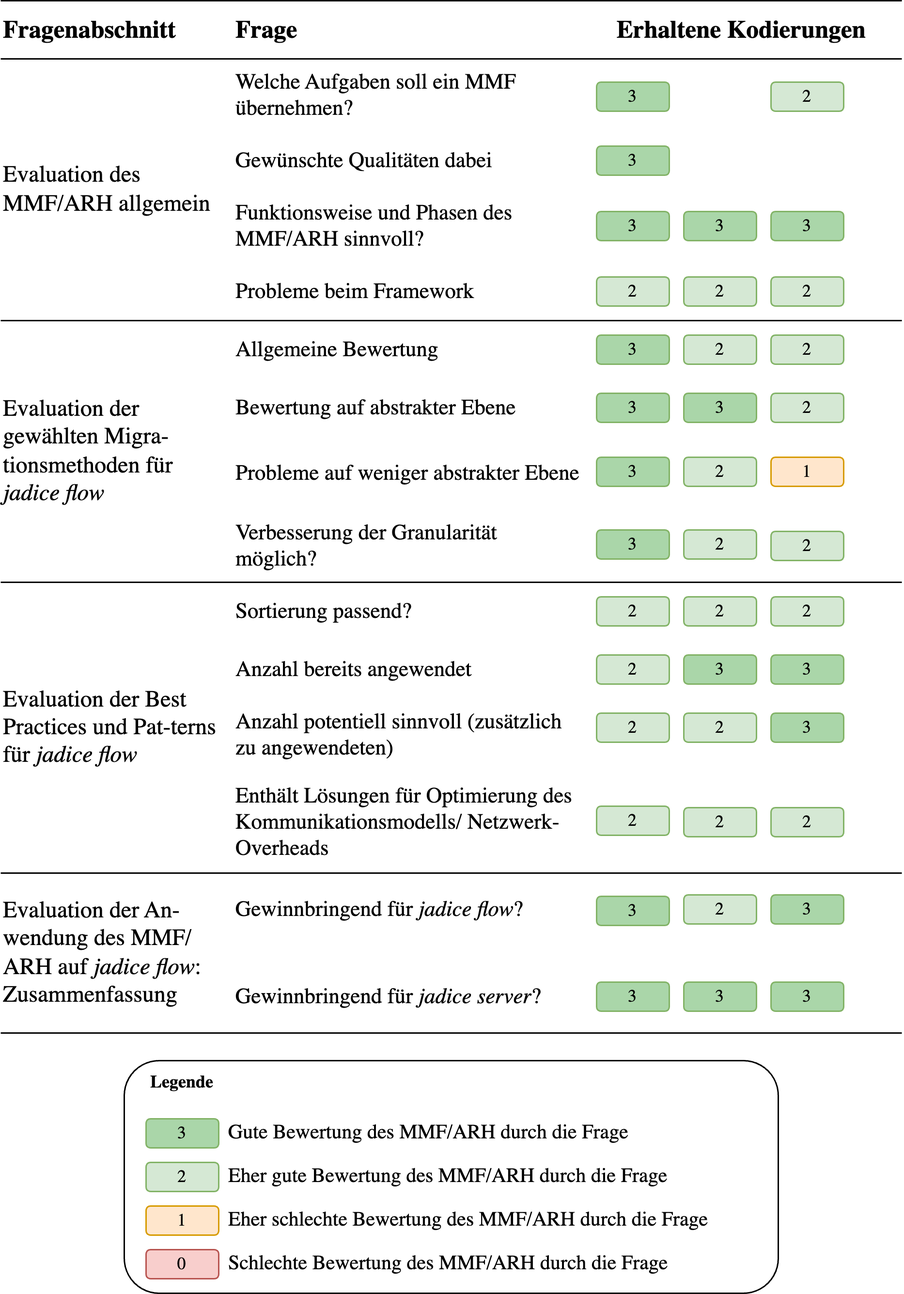
The draw.io diagram graphics/interview-kodierung-auswertung.drawio.png in axherrm/bachelorarbeit, before a commit. Source tidied: cells renumbered, new cells last; positions are measured from the earlier drawing's top-left corner, leaving out a move shared by most shapes.
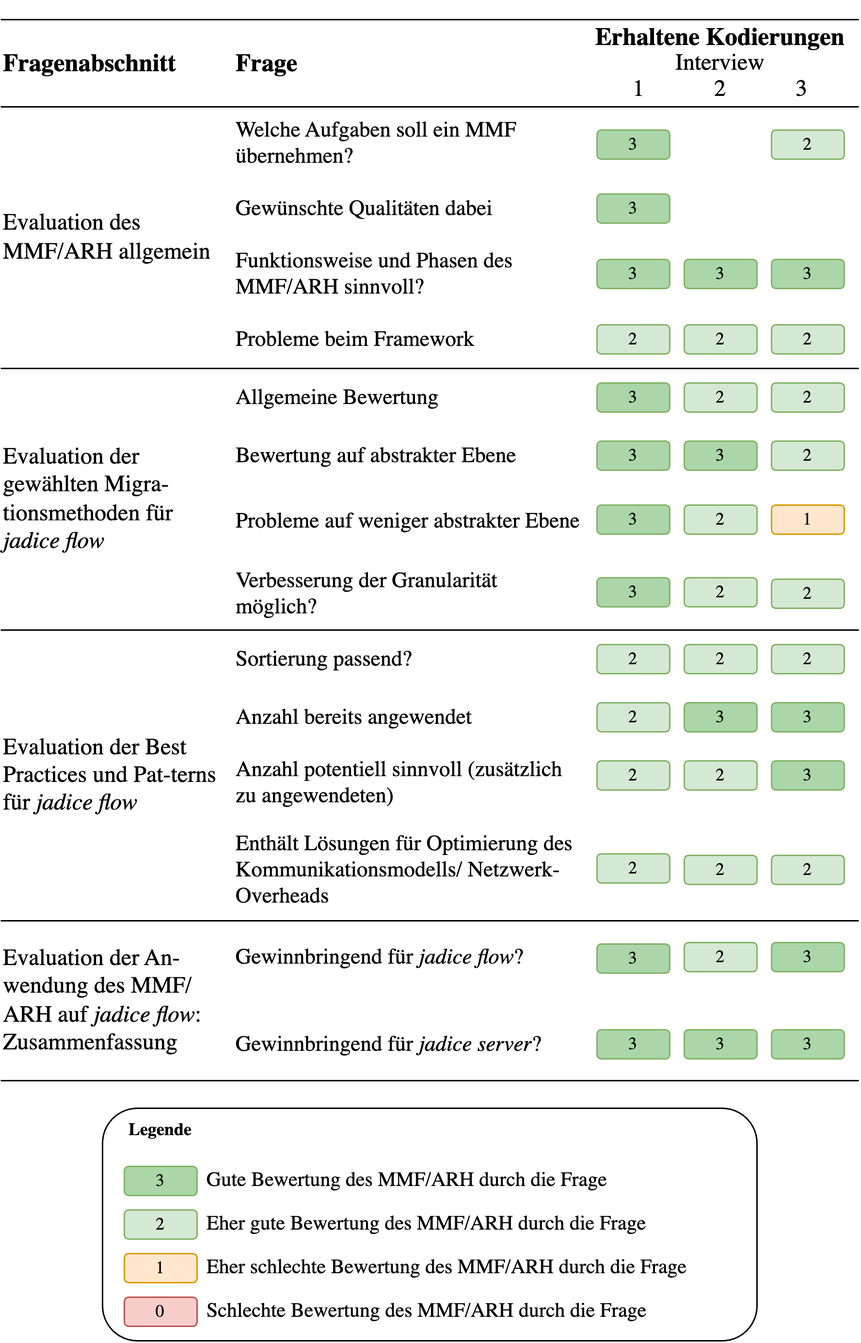
Above is the later version.

Diff of the diagram source:
```diff
@@ -3,16 +3,18 @@
     <mxCell id="0" />
     <mxCell id="1" parent="0" />
     <mxCell id="2" value="Fragenabschnitt" style="text;html=1;align=left;verticalAlign=middle;whiteSpace=wrap;rounded=0;fontSize=17;fontStyle=1;fontFamily=TeX Gyre Termes;" parent="1" vertex="1">
-      <mxGeometry width="160" height="40" as="geometry" />
+      <mxGeometry y="-20" width="160" height="60" as="geometry" />
     </mxCell>
     <mxCell id="3" value="Frage" style="text;html=1;align=left;verticalAlign=middle;whiteSpace=wrap;rounded=0;fontSize=17;fontStyle=1;fontFamily=TeX Gyre Termes;" parent="1" vertex="1">
-      <mxGeometry x="160" width="240" height="40" as="geometry" />
+      <mxGeometry x="160" y="-20" width="240" height="60" as="geometry" />
     </mxCell>
-    <mxCell id="4" value="Erhaltene Kodierungen" style="text;html=1;align=center;verticalAlign=middle;whiteSpace=wrap;rounded=0;fontSize=17;fontStyle=1;fontFamily=TeX Gyre Termes;" parent="1" vertex="1">
-      <mxGeometry x="400" width="220" height="40" as="geometry" />
+    <mxCell id="4" value="&lt;p style=&quot;line-height: 100%;&quot;&gt;Erhaltene Kodierungen&lt;br style=&quot;font-size: 2px;&quot;&gt;&lt;font style=&quot;font-size: 16px; font-weight: normal;&quot;&gt;Interview&lt;br&gt;1&amp;nbsp; &amp;nbsp; &amp;nbsp; &amp;nbsp; &amp;nbsp; &amp;nbsp;&amp;nbsp;2&amp;nbsp; &amp;nbsp; &amp;nbsp; &amp;nbsp; &amp;nbsp; &amp;nbsp; 3&lt;/font&gt;&lt;/p&gt;" style="text;html=1;align=center;verticalAlign=middle;whiteSpace=wrap;rounded=0;fontSize=17;fontStyle=1;fontFamily=TeX Gyre Termes;" parent="1" vertex="1">
+      <mxGeometry x="400" y="-20" width="190" height="60" as="geometry" />
     </mxCell>
-    <mxCell id="5" style="endArrow=none;html=1;rounded=0;exitX=0;exitY=1;exitDx=0;exitDy=0;entryX=1;entryY=1;entryDx=0;entryDy=0;fontFamily=TeX Gyre Termes;" parent="1" edge="1" source="2" target="4">
-      <mxGeometry relative="1" as="geometry" />
+    <mxCell id="5" style="endArrow=none;html=1;rounded=0;exitX=0;exitY=1;exitDx=0;exitDy=0;fontFamily=TeX Gyre Termes;" parent="1" edge="1" source="2">
+      <mxGeometry relative="1" as="geometry">
+        <mxPoint x="590" y="40" as="targetPoint" />
+      </mxGeometry>
     </mxCell>
     <mxCell id="6" style="endArrow=none;html=1;rounded=0;exitX=0;exitY=0;exitDx=0;exitDy=0;entryX=1;entryY=0;entryDx=0;entryDy=0;fontFamily=TeX Gyre Termes;" parent="1" edge="1" source="2" target="4">
       <mxGeometry relative="1" as="geometry" />
@@ -35,7 +37,7 @@
     <mxCell id="12" style="endArrow=none;html=1;rounded=0;exitX=0;exitY=0;exitDx=0;exitDy=0;fontFamily=TeX Gyre Termes;" parent="1" edge="1">
       <mxGeometry relative="1" as="geometry">
         <mxPoint y="220" as="sourcePoint" />
-        <mxPoint x="620" y="220" as="targetPoint" />
+        <mxPoint x="590" y="220" as="targetPoint" />
       </mxGeometry>
     </mxCell>
     <mxCell id="13" value="Evaluation der gewählten Migra-tionsmethoden für &lt;i&gt;jadice flow&lt;/i&gt;" style="text;html=1;align=left;verticalAlign=middle;whiteSpace=wrap;rounded=0;fontSize=16;fontFamily=TeX Gyre Termes;" parent="1" vertex="1">
@@ -62,7 +64,7 @@
     <mxCell id="20" style="endArrow=none;html=1;rounded=0;exitX=0;exitY=0;exitDx=0;exitDy=0;fontFamily=TeX Gyre Termes;" parent="1" edge="1">
       <mxGeometry relative="1" as="geometry">
         <mxPoint y="400" as="sourcePoint" />
-        <mxPoint x="620" y="400" as="targetPoint" />
+        <mxPoint x="590" y="400" as="targetPoint" />
       </mxGeometry>
     </mxCell>
     <mxCell id="21" value="Anzahl bereits angewendet" style="text;html=1;align=left;verticalAlign=middle;whiteSpace=wrap;rounded=0;fontSize=15;fontFamily=TeX Gyre Termes;" parent="1" vertex="1">
@@ -77,13 +79,13 @@
     <mxCell id="24" style="endArrow=none;html=1;rounded=0;exitX=0;exitY=0;exitDx=0;exitDy=0;fontFamily=TeX Gyre Termes;" parent="1" edge="1">
       <mxGeometry relative="1" as="geometry">
         <mxPoint y="600" as="sourcePoint" />
-        <mxPoint x="620" y="600" as="targetPoint" />
+        <mxPoint x="590" y="600" as="targetPoint" />
       </mxGeometry>
     </mxCell>
     <mxCell id="25" style="endArrow=none;html=1;rounded=0;exitX=0;exitY=0;exitDx=0;exitDy=0;fontFamily=TeX Gyre Termes;" parent="1" edge="1">
       <mxGeometry relative="1" as="geometry">
         <mxPoint y="710" as="sourcePoint" />
-        <mxPoint x="620" y="710" as="targetPoint" />
+        <mxPoint x="590" y="710" as="targetPoint" />
       </mxGeometry>
     </mxCell>
     <mxCell id="26" value="Evaluation der An-wendung des MMF/ ARH auf &lt;i style=&quot;font-size: 16px;&quot;&gt;jadice flow&lt;/i&gt;: Zusammenfassung" style="text;html=1;align=left;verticalAlign=middle;whiteSpace=wrap;rounded=0;fontSize=16;fontFamily=TeX Gyre Termes;" parent="1" vertex="1">
@@ -210,7 +212,7 @@
       <mxGeometry x="530" y="490" width="50" height="20" as="geometry" />
     </mxCell>
     <mxCell id="67" style="group;fontFamily=TeX Gyre Termes;" parent="1" vertex="1">
-      <mxGeometry x="85" y="729" width="450" height="160" as="geometry" />
+      <mxGeometry x="70" y="729" width="450" height="160" as="geometry" />
     </mxCell>
     <mxCell id="68" style="rounded=1;whiteSpace=wrap;html=1;fontFamily=TeX Gyre Termes;" parent="67" vertex="1">
       <mxGeometry width="450" height="160" as="geometry" />
```
